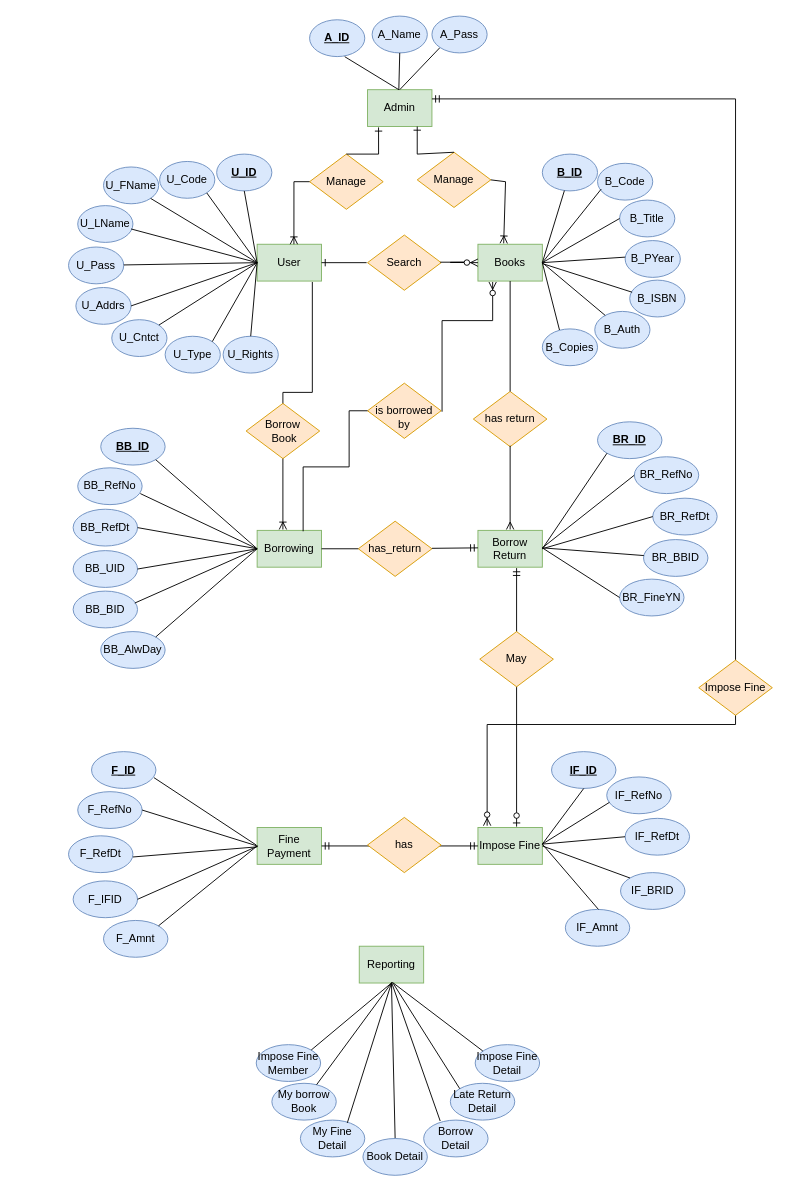
The draw.io diagram FinalDeliverables/SRS_UPDATE/ERD.drawio in AzamWahid/LibraryInfoSystem, before the edit. Source tidied: cells renumbered, new cells numbered last; positions are measured from the earlier drawing's top-left corner, leaving out a move shared by most shapes. Both pictures are drawn from the tidied source at 92%, with x=0, y=0 at pixel (68, 16).
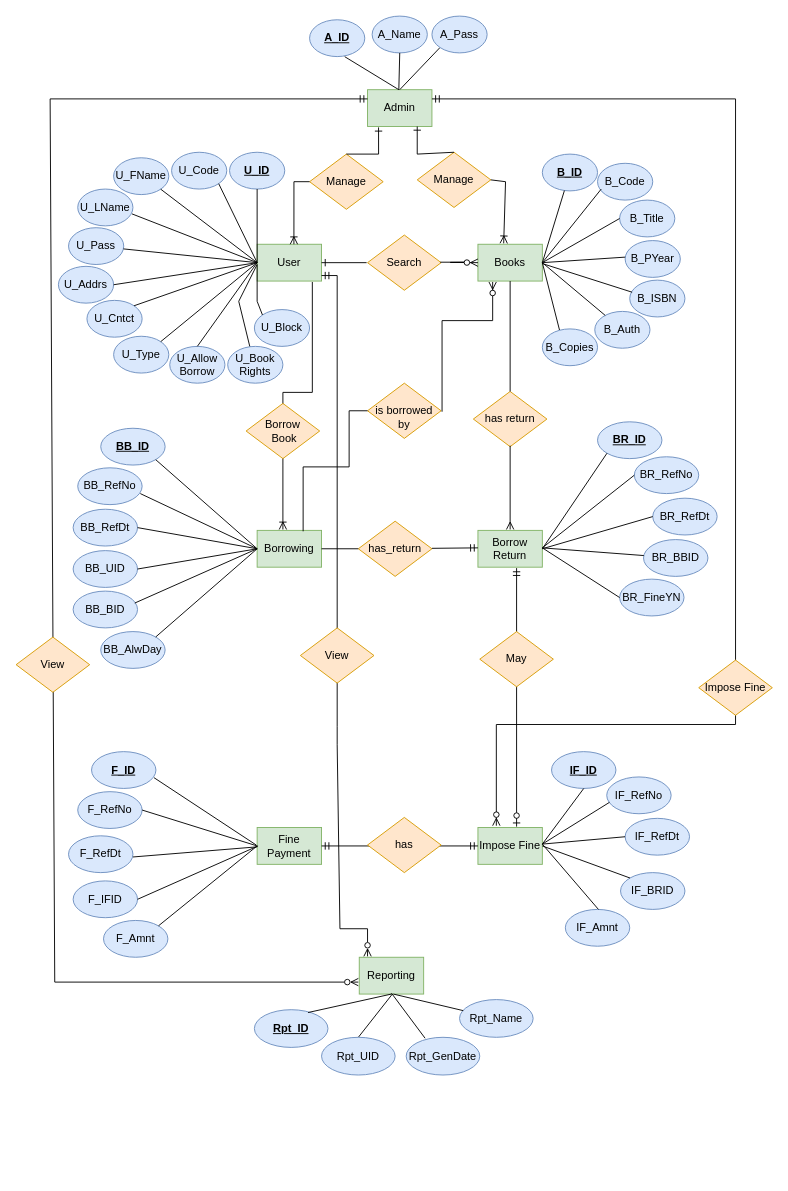
Above is the later version.

The change refers to these unchanged cells:
```xml
<mxCell id="71" value="Admin" style="rounded=0;whiteSpace=wrap;html=1;fillColor=#d5e8d4;strokeColor=#82b366;" parent="1" vertex="1">
  <mxGeometry x="325" y="80" width="70" height="40" as="geometry" />
</mxCell>
```

What changed in the source:
```diff
@@
     <mxCell id="3" value="U_ID" style="ellipse;whiteSpace=wrap;html=1;fontStyle=5;fillColor=#dae8fc;strokeColor=#6c8ebf;" parent="1" vertex="1">
-      <mxGeometry x="161" y="150" width="60" height="40" as="geometry" />
+      <mxGeometry x="175" y="148" width="60" height="40" as="geometry" />
     </mxCell>
     <mxCell id="4" value="U_FName" style="ellipse;whiteSpace=wrap;html=1;fillColor=#dae8fc;strokeColor=#6c8ebf;" parent="1" vertex="1">
-      <mxGeometry x="38" y="164" width="60" height="40" as="geometry" />
+      <mxGeometry x="49" y="154" width="60" height="40" as="geometry" />
     </mxCell>
     <mxCell id="5" value="U_Pass" style="ellipse;whiteSpace=wrap;html=1;fillColor=#dae8fc;strokeColor=#6c8ebf;" parent="1" vertex="1">
-      <mxGeometry y="251" width="60" height="40" as="geometry" />
+      <mxGeometry y="230" width="60" height="40" as="geometry" />
     </mxCell>
     <mxCell id="6" value="U_Addrs" style="ellipse;whiteSpace=wrap;html=1;fillColor=#dae8fc;strokeColor=#6c8ebf;" parent="1" vertex="1">
-      <mxGeometry x="8" y="295" width="60" height="40" as="geometry" />
+      <mxGeometry x="-11" y="272" width="60" height="40" as="geometry" />
     </mxCell>
     <mxCell id="7" value="U_Cntct" style="ellipse;whiteSpace=wrap;html=1;fillColor=#dae8fc;strokeColor=#6c8ebf;" parent="1" vertex="1">
-      <mxGeometry x="47" y="330" width="60" height="40" as="geometry" />
+      <mxGeometry x="20" y="309" width="60" height="40" as="geometry" />
     </mxCell>
     <mxCell id="8" value="U_Type" style="ellipse;whiteSpace=wrap;html=1;fillColor=#dae8fc;strokeColor=#6c8ebf;" parent="1" vertex="1">
-      <mxGeometry x="105" y="348" width="60" height="40" as="geometry" />
+      <mxGeometry x="49" y="348" width="60" height="40" as="geometry" />
     </mxCell>
     <mxCell id="9" value="U_Code" style="ellipse;whiteSpace=wrap;html=1;fillColor=#dae8fc;strokeColor=#6c8ebf;" parent="1" vertex="1">
-      <mxGeometry x="99" y="158" width="60" height="40" as="geometry" />
+      <mxGeometry x="112" y="148" width="60" height="40" as="geometry" />
     </mxCell>
-    <mxCell id="10" value="U_Rights" style="ellipse;whiteSpace=wrap;html=1;fillColor=#dae8fc;strokeColor=#6c8ebf;" parent="1" vertex="1">
-      <mxGeometry x="168" y="348" width="60" height="40" as="geometry" />
+    <mxCell id="10" value="U_Allow&lt;br style=&quot;border-color: var(--border-color);&quot;&gt;Borrow" style="ellipse;whiteSpace=wrap;html=1;fillColor=#dae8fc;strokeColor=#6c8ebf;" parent="1" vertex="1">
+      <mxGeometry x="110" y="359" width="60" height="40" as="geometry" />
     </mxCell>
@@
     <mxCell id="103" value="U_LName" style="ellipse;whiteSpace=wrap;html=1;fillColor=#dae8fc;strokeColor=#6c8ebf;" parent="1" vertex="1">
-      <mxGeometry x="10" y="206" width="60" height="40" as="geometry" />
+      <mxGeometry x="10" y="188" width="60" height="40" as="geometry" />
     </mxCell>
-    <mxCell id="104" style="endArrow=none;html=1;rounded=0;entryX=0.969;entryY=0.686;entryDx=0;entryDy=0;entryPerimeter=0;" parent="1" edge="1">
+    <mxCell id="104" style="endArrow=none;html=1;rounded=0;entryX=0.983;entryY=0.675;entryDx=0;entryDy=0;entryPerimeter=0;" parent="1" edge="1" target="103">
       <mxGeometry relative="1" as="geometry">
         <mxPoint x="205" y="268" as="sourcePoint" />
-        <mxPoint x="68.1" y="231.4" as="targetPoint" />
       </mxGeometry>
     </mxCell>
@@
     <mxCell id="106" style="fontSize=12;html=1;endArrow=ERzeroToMany;startArrow=ERmandOne;rounded=0;exitX=1;exitY=0.25;exitDx=0;exitDy=0;" parent="1" edge="1" source="71">
       <mxGeometry relative="1" as="geometry">
-        <mxPoint x="455" y="880" as="targetPoint" />
+        <mxPoint x="465" y="880" as="targetPoint" />
         <Array as="points">
           <mxPoint x="725" y="90" />
           <mxPoint x="725" y="770" />
-          <mxPoint x="455" y="770" />
+          <mxPoint x="465" y="770" />
         </Array>
       </mxGeometry>
     </mxCell>
@@
     <mxCell id="116" value="Reporting" style="rounded=0;whiteSpace=wrap;html=1;direction=east;fillColor=#d5e8d4;strokeColor=#82b366;" parent="1" vertex="1">
-      <mxGeometry x="316" y="1011" width="70" height="40" as="geometry" />
+      <mxGeometry x="316" y="1023" width="70" height="40" as="geometry" />
     </mxCell>
-    <mxCell id="117" style="endArrow=none;html=1;rounded=0;exitX=0.5;exitY=0;exitDx=0;exitDy=0;entryX=0.5;entryY=1;entryDx=0;entryDy=0;" parent="1" edge="1" source="119" target="116">
-      <mxGeometry relative="1" as="geometry" />
+    <mxCell id="117" style="endArrow=none;html=1;rounded=0;exitX=0.5;exitY=0;exitDx=0;exitDy=0;" parent="1" edge="1" source="119">
+      <mxGeometry relative="1" as="geometry">
+        <mxPoint x="352" y="1063" as="targetPoint" />
+      </mxGeometry>
     </mxCell>
-    <mxCell id="118" value="Borrow Detail" style="ellipse;whiteSpace=wrap;html=1;fillColor=#dae8fc;strokeColor=#6c8ebf;" parent="1" vertex="1">
-      <mxGeometry x="386" y="1200" width="70" height="40" as="geometry" />
+    <mxCell id="118" value="Rpt_GenDate" style="ellipse;whiteSpace=wrap;html=1;fillColor=#dae8fc;strokeColor=#6c8ebf;" parent="1" vertex="1">
+      <mxGeometry x="367" y="1110" width="80" height="41" as="geometry" />
     </mxCell>
-    <mxCell id="119" value="Book Detail" style="ellipse;whiteSpace=wrap;html=1;fillColor=#dae8fc;strokeColor=#6c8ebf;" parent="1" vertex="1">
-      <mxGeometry x="320" y="1220" width="70" height="40" as="geometry" />
+    <mxCell id="119" value="Rpt_UID" style="ellipse;whiteSpace=wrap;html=1;fillColor=#dae8fc;strokeColor=#6c8ebf;" parent="1" vertex="1">
+      <mxGeometry x="275" y="1110" width="80" height="41" as="geometry" />
     </mxCell>
-    <mxCell id="120" value="Late Return Detail" style="ellipse;whiteSpace=wrap;html=1;fillColor=#dae8fc;strokeColor=#6c8ebf;" parent="1" vertex="1">
-      <mxGeometry x="415" y="1160" width="70" height="40" as="geometry" />
-    </mxCell>
-    <mxCell id="121" value="Impose Fine Member" style="ellipse;whiteSpace=wrap;html=1;fillColor=#dae8fc;strokeColor=#6c8ebf;" parent="1" vertex="1">
-      <mxGeometry x="204" y="1118" width="70" height="40" as="geometry" />
-    </mxCell>
-    <mxCell id="122" value="Impose Fine Detail" style="ellipse;whiteSpace=wrap;html=1;fillColor=#dae8fc;strokeColor=#6c8ebf;" parent="1" vertex="1">
-      <mxGeometry x="442" y="1118" width="70" height="40" as="geometry" />
-    </mxCell>
-    <mxCell id="123" value="My borrow Book" style="ellipse;whiteSpace=wrap;html=1;fillColor=#dae8fc;strokeColor=#6c8ebf;" parent="1" vertex="1">
-      <mxGeometry x="221" y="1160" width="70" height="40" as="geometry" />
-    </mxCell>
-    <mxCell id="124" value="My Fine Detail" style="ellipse;whiteSpace=wrap;html=1;fillColor=#dae8fc;strokeColor=#6c8ebf;" parent="1" vertex="1">
-      <mxGeometry x="252" y="1200" width="70" height="40" as="geometry" />
+    <mxCell id="124" value="Rpt_ID" style="ellipse;whiteSpace=wrap;html=1;fillColor=#dae8fc;strokeColor=#6c8ebf;fontStyle=5;" parent="1" vertex="1">
+      <mxGeometry x="202" y="1080" width="80" height="41" as="geometry" />
     </mxCell>
     <mxCell id="125" style="endArrow=none;html=1;rounded=0;exitX=0.257;exitY=0.025;exitDx=0;exitDy=0;exitPerimeter=0;" parent="1" edge="1" source="118">
       <mxGeometry relative="1" as="geometry">
-        <mxPoint x="351" y="1050" as="targetPoint" />
+        <mxPoint x="351" y="1062" as="targetPoint" />
       </mxGeometry>
     </mxCell>
-    <mxCell id="126" style="endArrow=none;html=1;rounded=0;exitX=0;exitY=0;exitDx=0;exitDy=0;" parent="1" edge="1" source="120">
-      <mxGeometry relative="1" as="geometry">
-        <mxPoint x="352" y="1050" as="targetPoint" />
-      </mxGeometry>
-    </mxCell>
-    <mxCell id="127" style="endArrow=none;html=1;rounded=0;exitX=0;exitY=0;exitDx=0;exitDy=0;" parent="1" edge="1">
-      <mxGeometry relative="1" as="geometry">
-        <mxPoint x="450.3" y="1124.9" as="sourcePoint" />
-        <mxPoint x="353" y="1051" as="targetPoint" />
-      </mxGeometry>
-    </mxCell>
-    <mxCell id="128" style="endArrow=none;html=1;rounded=0;exitX=1;exitY=0;exitDx=0;exitDy=0;entryX=0.5;entryY=1;entryDx=0;entryDy=0;" parent="1" edge="1" source="121" target="116">
-      <mxGeometry relative="1" as="geometry" />
-    </mxCell>
-    <mxCell id="129" style="endArrow=none;html=1;rounded=0;entryX=0.5;entryY=1;entryDx=0;entryDy=0;" parent="1" edge="1" source="123" target="116">
-      <mxGeometry relative="1" as="geometry" />
-    </mxCell>
@@
+    <mxCell id="131" style="fontSize=12;html=1;endArrow=ERzeroToMany;startArrow=ERmandOne;rounded=0;endFill=0;" parent="1" edge="1">
+      <mxGeometry relative="1" as="geometry">
+        <mxPoint x="325" y="90" as="sourcePoint" />
+        <mxPoint x="315" y="1050" as="targetPoint" />
+        <Array as="points">
+          <mxPoint x="-20" y="90" />
+          <mxPoint x="-15" y="1050" />
+        </Array>
+      </mxGeometry>
+    </mxCell>
+    <mxCell id="132" style="fontSize=12;html=1;endArrow=ERzeroToMany;startArrow=ERmandOne;rounded=0;endFill=0;" parent="1" edge="1">
+      <mxGeometry relative="1" as="geometry">
+        <mxPoint x="275" y="282" as="sourcePoint" />
+        <mxPoint x="325" y="1022" as="targetPoint" />
+        <Array as="points">
+          <mxPoint x="292" y="282" />
+          <mxPoint x="292" y="772" />
+          <mxPoint x="292" y="792" />
+          <mxPoint x="295" y="992" />
+          <mxPoint x="325" y="992" />
+        </Array>
+      </mxGeometry>
+    </mxCell>
+    <mxCell id="133" value="View" style="rhombus;whiteSpace=wrap;html=1;fillColor=#ffe6cc;strokeColor=#d79b00;" parent="1" vertex="1">
+      <mxGeometry x="252" y="665" width="80" height="60" as="geometry" />
+    </mxCell>
+    <mxCell id="134" value="View" style="rhombus;whiteSpace=wrap;html=1;fillColor=#ffe6cc;strokeColor=#d79b00;" parent="1" vertex="1">
+      <mxGeometry x="-57" y="675" width="80" height="60" as="geometry" />
+    </mxCell>
+    <mxCell id="135" value="U_Book&lt;br&gt;Rights" style="ellipse;whiteSpace=wrap;html=1;fillColor=#dae8fc;strokeColor=#6c8ebf;" parent="1" vertex="1">
+      <mxGeometry x="173" y="359" width="60" height="40" as="geometry" />
+    </mxCell>
+    <mxCell id="136" value="U_Block" style="ellipse;whiteSpace=wrap;html=1;fillColor=#dae8fc;strokeColor=#6c8ebf;" parent="1" vertex="1">
+      <mxGeometry x="202" y="319" width="60" height="40" as="geometry" />
+    </mxCell>
+    <mxCell id="137" style="endArrow=none;html=1;rounded=0;entryX=0.4;entryY=0;entryDx=0;entryDy=0;entryPerimeter=0;" parent="1" edge="1" target="135">
+      <mxGeometry relative="1" as="geometry">
+        <mxPoint x="205" y="270" as="sourcePoint" />
+        <Array as="points">
+          <mxPoint x="185" y="310" />
+        </Array>
+      </mxGeometry>
+    </mxCell>
+    <mxCell id="138" style="endArrow=none;html=1;rounded=0;entryX=0;entryY=0;entryDx=0;entryDy=0;" parent="1" edge="1" target="136">
+      <mxGeometry relative="1" as="geometry">
+        <mxPoint x="205" y="270" as="sourcePoint" />
+        <Array as="points">
+          <mxPoint x="205" y="310" />
+        </Array>
+      </mxGeometry>
+    </mxCell>
+    <mxCell id="139" value="Rpt_Name" style="ellipse;whiteSpace=wrap;html=1;fillColor=#dae8fc;strokeColor=#6c8ebf;" parent="1" vertex="1">
+      <mxGeometry x="425" y="1069" width="80" height="41" as="geometry" />
+    </mxCell>
+    <mxCell id="140" style="endArrow=none;html=1;rounded=0;exitX=0.05;exitY=0.293;exitDx=0;exitDy=0;exitPerimeter=0;" parent="1" edge="1" source="139">
+      <mxGeometry relative="1" as="geometry">
+        <mxPoint x="353" y="1063" as="targetPoint" />
+      </mxGeometry>
+    </mxCell>
```
